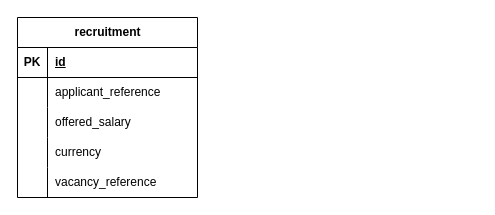
Earlier version of the draw.io diagram design/invoicing_microservice.drawio (peguses/education). Source tidied: cells renumbered, new cells numbered last; positions are measured from the earlier drawing's top-left corner, leaving out a move shared by most shapes. Both pictures are drawn from the tidied source at 100%, with x=0, y=0 at pixel (17, 17).
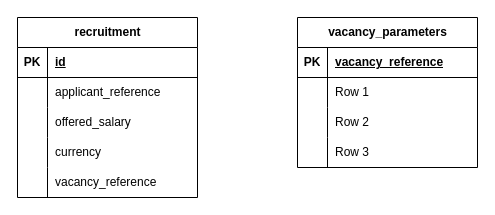
After the change.

The edit, as a diff of the source:
```diff
@@
+    <mxCell id="18" value="vacancy_parameters" style="shape=table;startSize=30;childLayout=tableLayout;rowLines=0;fontStyle=1;align=center;html=1;" parent="1" vertex="1">
+      <mxGeometry x="280" width="180" height="150" as="geometry" />
+    </mxCell>
+    <mxCell id="19" style="shape=tableRow;horizontal=0;startSize=0;swimlaneHead=0;swimlaneBody=0;fillColor=none;top=0;left=0;right=0;bottom=1;" parent="18" vertex="1">
+      <mxGeometry y="30" width="180" height="30" as="geometry" />
+    </mxCell>
+    <mxCell id="20" value="PK" style="shape=partialRectangle;fillColor=none;top=0;left=0;bottom=0;right=0;fontStyle=1;overflow=hidden;whiteSpace=wrap;html=1;" parent="19" vertex="1">
+      <mxGeometry width="30" height="30" as="geometry" />
+    </mxCell>
+    <mxCell id="21" value="vacancy_reference" style="shape=partialRectangle;fillColor=none;top=0;left=0;bottom=0;right=0;align=left;spacingLeft=6;fontStyle=5;overflow=hidden;whiteSpace=wrap;html=1;" parent="19" vertex="1">
+      <mxGeometry x="30" width="150" height="30" as="geometry" />
+    </mxCell>
+    <mxCell id="22" style="shape=tableRow;horizontal=0;startSize=0;swimlaneHead=0;swimlaneBody=0;fillColor=none;top=0;left=0;right=0;bottom=0;" parent="18" vertex="1">
+      <mxGeometry y="60" width="180" height="30" as="geometry" />
+    </mxCell>
+    <mxCell id="23" style="shape=partialRectangle;fillColor=none;top=0;left=0;bottom=0;right=0;overflow=hidden;whiteSpace=wrap;html=1;" parent="22" vertex="1">
+      <mxGeometry width="30" height="30" as="geometry" />
+    </mxCell>
+    <mxCell id="24" value="Row 1" style="shape=partialRectangle;fillColor=none;top=0;left=0;bottom=0;right=0;align=left;spacingLeft=6;overflow=hidden;whiteSpace=wrap;html=1;" parent="22" vertex="1">
+      <mxGeometry x="30" width="150" height="30" as="geometry" />
+    </mxCell>
+    <mxCell id="25" style="shape=tableRow;horizontal=0;startSize=0;swimlaneHead=0;swimlaneBody=0;fillColor=none;top=0;left=0;right=0;bottom=0;" parent="18" vertex="1">
+      <mxGeometry y="90" width="180" height="30" as="geometry" />
+    </mxCell>
+    <mxCell id="26" style="shape=partialRectangle;fillColor=none;top=0;left=0;bottom=0;right=0;overflow=hidden;whiteSpace=wrap;html=1;" parent="25" vertex="1">
+      <mxGeometry width="30" height="30" as="geometry" />
+    </mxCell>
+    <mxCell id="27" value="Row 2" style="shape=partialRectangle;fillColor=none;top=0;left=0;bottom=0;right=0;align=left;spacingLeft=6;overflow=hidden;whiteSpace=wrap;html=1;" parent="25" vertex="1">
+      <mxGeometry x="30" width="150" height="30" as="geometry" />
+    </mxCell>
+    <mxCell id="28" style="shape=tableRow;horizontal=0;startSize=0;swimlaneHead=0;swimlaneBody=0;fillColor=none;top=0;left=0;right=0;bottom=0;" parent="18" vertex="1">
+      <mxGeometry y="120" width="180" height="30" as="geometry" />
+    </mxCell>
+    <mxCell id="29" style="shape=partialRectangle;fillColor=none;top=0;left=0;bottom=0;right=0;overflow=hidden;whiteSpace=wrap;html=1;" parent="28" vertex="1">
+      <mxGeometry width="30" height="30" as="geometry" />
+    </mxCell>
+    <mxCell id="30" value="Row 3" style="shape=partialRectangle;fillColor=none;top=0;left=0;bottom=0;right=0;align=left;spacingLeft=6;overflow=hidden;whiteSpace=wrap;html=1;" parent="28" vertex="1">
+      <mxGeometry x="30" width="150" height="30" as="geometry" />
+    </mxCell>
```
